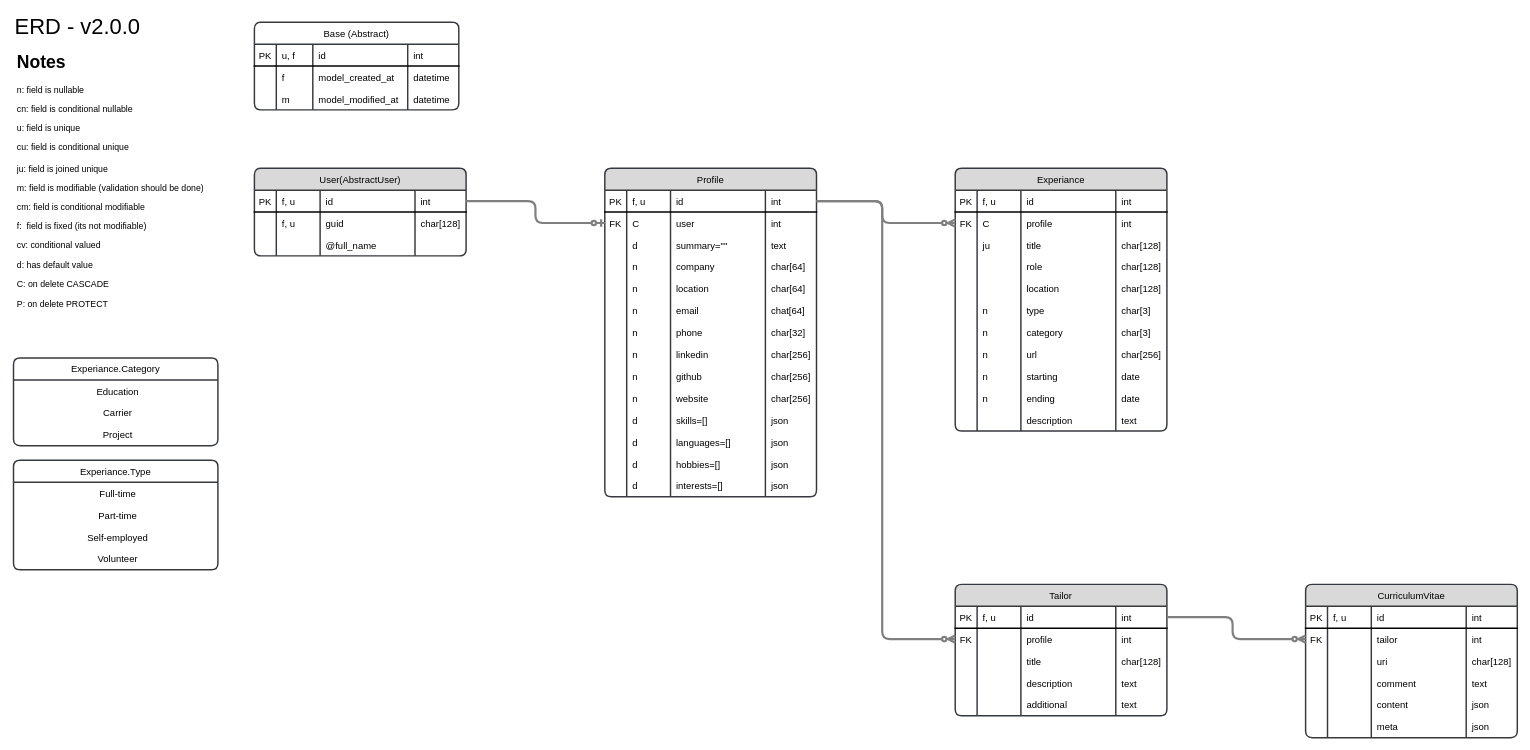
This is docs/ERD.drawio from TailorVitAI/backend, a draw.io file, before an edit. Source tidied: cells renumbered, new cells numbered last; positions are measured from the earlier drawing's top-left corner, leaving out a move shared by most shapes. Both pictures are drawn from the tidied source at 73%, with x=0, y=0 at pixel (13, 15).
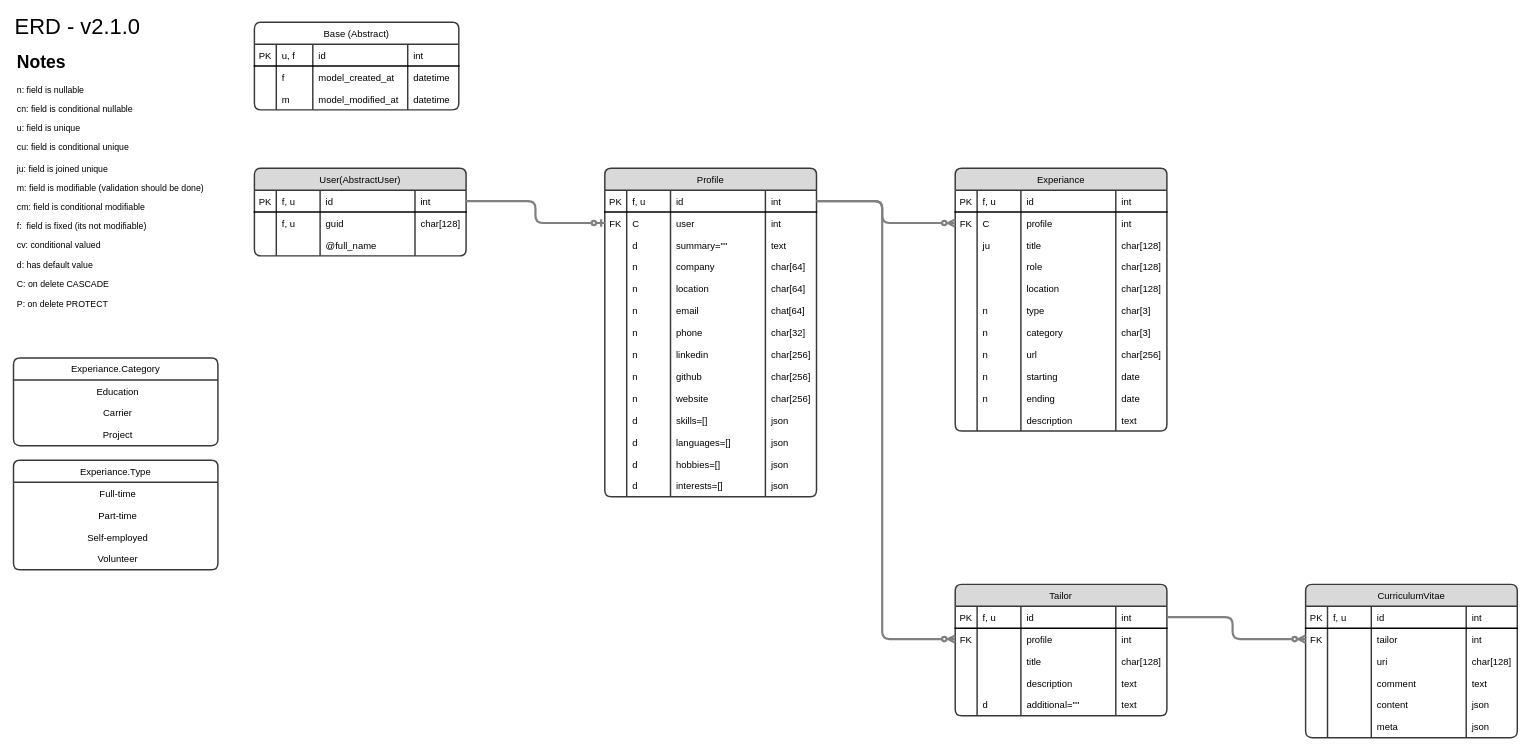
The same page after the edit.

Unchanged cells that the change refers to:
```xml
<mxCell id="202" style="shape=tableRow;horizontal=0;startSize=0;swimlaneHead=0;swimlaneBody=0;fillColor=none;top=0;left=0;right=0;bottom=0;rounded=1;strokeWidth=2;fontStyle=0;fontFamily=Helvetica;fontSize=13;" parent="181" vertex="1">
  <mxGeometry y="150" width="290" height="30" as="geometry" />
</mxCell>
```

What changed in the source:
```diff
@@
-    <mxCell id="18" value="&lt;font style=&quot;font-size: 30px;&quot;&gt;ERD - v2.0.0&lt;/font&gt;" style="text;html=1;strokeColor=none;fillColor=none;align=left;verticalAlign=middle;whiteSpace=wrap;rounded=0;" parent="1" vertex="1">
+    <mxCell id="18" value="&lt;font style=&quot;font-size: 30px;&quot;&gt;ERD - v2.1.0&lt;/font&gt;" style="text;html=1;strokeColor=none;fillColor=none;align=left;verticalAlign=middle;whiteSpace=wrap;rounded=0;" parent="1" vertex="1">
       <mxGeometry width="320" height="30" as="geometry" />
     </mxCell>
@@
-    <mxCell id="204" style="shape=partialRectangle;fillColor=none;top=0;left=0;bottom=0;right=0;align=left;spacingLeft=6;overflow=hidden;rounded=1;strokeWidth=2;fontStyle=0;fontFamily=Helvetica;fontSize=13;" parent="202" vertex="1">
+    <mxCell id="204" value="d" style="shape=partialRectangle;fillColor=none;top=0;left=0;bottom=0;right=0;align=left;spacingLeft=6;overflow=hidden;rounded=1;strokeWidth=2;fontStyle=0;fontFamily=Helvetica;fontSize=13;" parent="202" vertex="1">
       <mxGeometry x="30" width="60" height="30" as="geometry" />
     </mxCell>
-    <mxCell id="205" value="additional" style="shape=partialRectangle;fillColor=none;top=0;left=0;bottom=0;right=0;align=left;spacingLeft=6;overflow=hidden;rounded=1;strokeWidth=2;fontStyle=0;fontFamily=Helvetica;fontSize=13;" parent="202" vertex="1">
+    <mxCell id="205" value="additional=&quot;&quot;" style="shape=partialRectangle;fillColor=none;top=0;left=0;bottom=0;right=0;align=left;spacingLeft=6;overflow=hidden;rounded=1;strokeWidth=2;fontStyle=0;fontFamily=Helvetica;fontSize=13;" parent="202" vertex="1">
       <mxGeometry x="90" width="130" height="30" as="geometry" />
     </mxCell>
```
